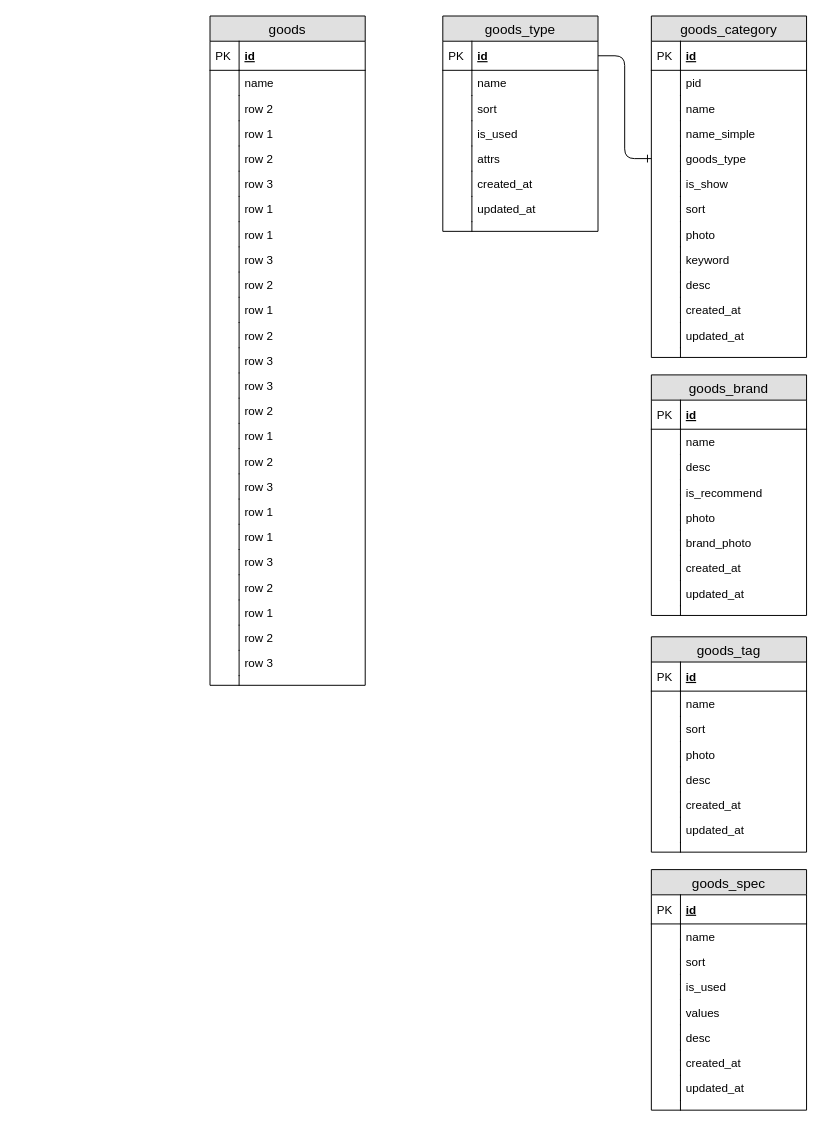
Above: 个人开源电商/littlemall_serivce_sql.drawio in wurh/myDesignDoc (draw.io), before the change. Source tidied: cells renumbered, new cells numbered last; positions are measured from the earlier drawing's top-left corner, leaving out a move shared by most shapes. Both pictures are drawn from the tidied source at 97%, with x=0, y=0 at pixel (210, 16).
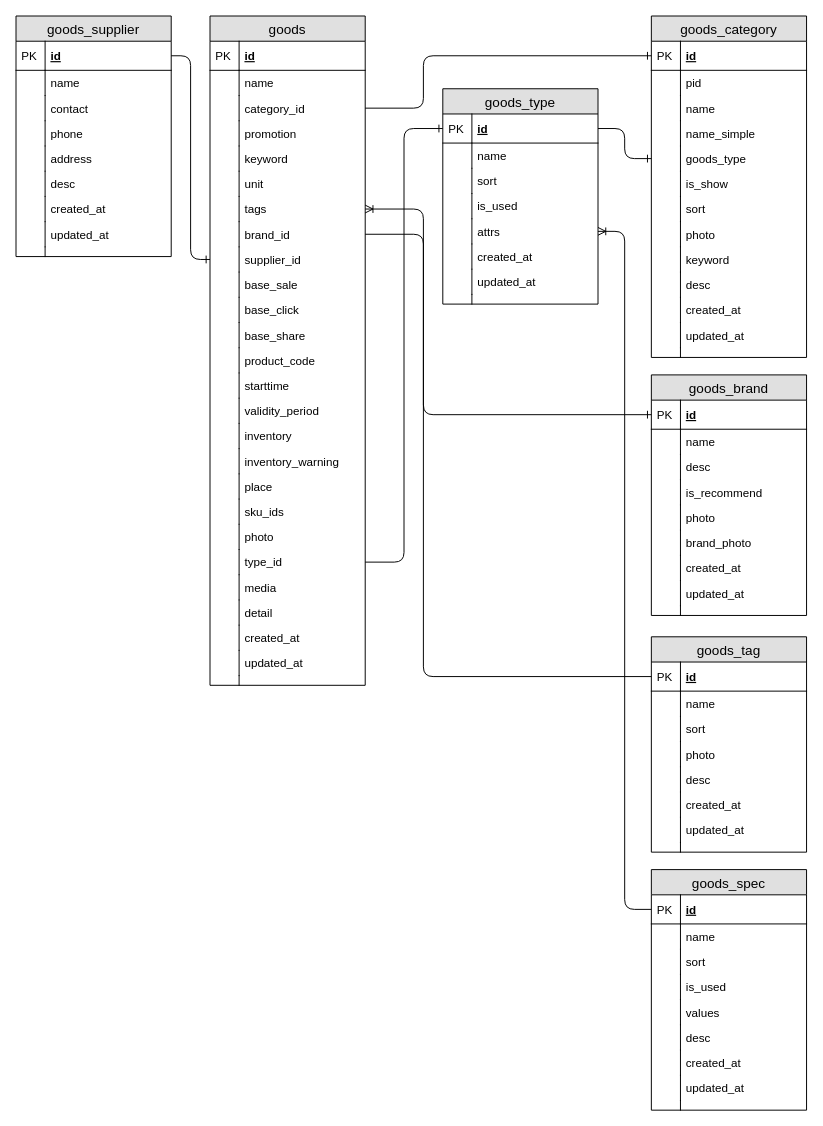
The same diagram, later.

The change refers to these unchanged cells:
```xml
<mxCell id="3" value="id" style="shape=partialRectangle;top=0;left=0;right=0;bottom=1;align=left;verticalAlign=middle;fillColor=none;spacingLeft=34;spacingRight=4;overflow=hidden;points=[[0,0.5],[1,0.5]];portConstraint=eastwest;fontStyle=5;fontSize=12;" parent="2" vertex="1">
  <mxGeometry y="26" width="160" height="30" as="geometry" />
</mxCell>
<mxCell id="30" value="id" style="shape=partialRectangle;top=0;left=0;right=0;bottom=1;align=left;verticalAlign=middle;fillColor=none;spacingLeft=34;spacingRight=4;overflow=hidden;points=[[0,0.5],[1,0.5]];portConstraint=eastwest;fontStyle=5;fontSize=12;" parent="29" vertex="1">
  <mxGeometry y="26" width="160" height="30" as="geometry" />
</mxCell>
<mxCell id="49" value="id" style="shape=partialRectangle;top=0;left=0;right=0;bottom=1;align=left;verticalAlign=middle;fillColor=none;spacingLeft=34;spacingRight=4;overflow=hidden;points=[[0,0.5],[1,0.5]];portConstraint=eastwest;fontStyle=5;fontSize=12;" parent="48" vertex="1">
  <mxGeometry y="26" width="160" height="30" as="geometry" />
</mxCell>
<mxCell id="66" value="id" style="shape=partialRectangle;top=0;left=0;right=0;bottom=1;align=left;verticalAlign=middle;fillColor=none;spacingLeft=34;spacingRight=4;overflow=hidden;points=[[0,0.5],[1,0.5]];portConstraint=eastwest;fontStyle=5;fontSize=12;" parent="65" vertex="1">
  <mxGeometry y="26" width="160" height="30" as="geometry" />
</mxCell>
<mxCell id="85" value="id" style="shape=partialRectangle;top=0;left=0;right=0;bottom=1;align=left;verticalAlign=middle;fillColor=none;spacingLeft=34;spacingRight=4;overflow=hidden;points=[[0,0.5],[1,0.5]];portConstraint=eastwest;fontStyle=5;fontSize=12;" parent="84" vertex="1">
  <mxGeometry y="26" width="160" height="30" as="geometry" />
</mxCell>
<mxCell id="93" value="attrs" style="shape=partialRectangle;top=0;left=0;right=0;bottom=0;align=left;verticalAlign=top;fillColor=none;spacingLeft=34;spacingRight=4;overflow=hidden;points=[[0,0.5],[1,0.5]];portConstraint=eastwest;fontSize=12;" parent="84" vertex="1">
  <mxGeometry y="134" width="160" height="26" as="geometry" />
</mxCell>
<mxCell id="102" value="goods" style="swimlane;fontStyle=0;horizontal=1;startSize=26;fillColor=#e0e0e0;swimlaneFillColor=#ffffff;align=center;fontSize=14;" parent="1" vertex="1">
  <mxGeometry width="160" height="690" as="geometry" />
</mxCell>
```

Change to the diagram source:
```diff
@@
     <mxCell id="84" value="goods_type" style="swimlane;fontStyle=0;horizontal=1;startSize=26;fillColor=#e0e0e0;swimlaneFillColor=#ffffff;align=center;fontSize=14;" parent="1" vertex="1">
-      <mxGeometry x="240" width="160" height="222" as="geometry" />
+      <mxGeometry x="240" y="75" width="160" height="222" as="geometry" />
     </mxCell>
@@
-    <mxCell id="107" value="row 2" style="shape=partialRectangle;top=0;left=0;right=0;bottom=0;align=left;verticalAlign=top;fillColor=none;spacingLeft=34;spacingRight=4;overflow=hidden;points=[[0,0.5],[1,0.5]];portConstraint=eastwest;fontSize=12;" parent="102" vertex="1">
+    <mxCell id="107" value="category_id" style="shape=partialRectangle;top=0;left=0;right=0;bottom=0;align=left;verticalAlign=top;fillColor=none;spacingLeft=34;spacingRight=4;overflow=hidden;points=[[0,0.5],[1,0.5]];portConstraint=eastwest;fontSize=12;" parent="102" vertex="1">
       <mxGeometry y="82" width="160" height="26" as="geometry" />
     </mxCell>
@@
-    <mxCell id="109" value="row 1" style="shape=partialRectangle;top=0;left=0;right=0;bottom=0;align=left;verticalAlign=top;fillColor=none;spacingLeft=34;spacingRight=4;overflow=hidden;fontSize=12;" parent="102" vertex="1">
+    <mxCell id="109" value="promotion" style="shape=partialRectangle;top=0;left=0;right=0;bottom=0;align=left;verticalAlign=top;fillColor=none;spacingLeft=34;spacingRight=4;overflow=hidden;fontSize=12;" parent="102" vertex="1">
       <mxGeometry y="108" width="160" height="26" as="geometry" />
     </mxCell>
@@
-    <mxCell id="111" value="row 2" style="shape=partialRectangle;top=0;left=0;right=0;bottom=0;align=left;verticalAlign=top;fillColor=none;spacingLeft=34;spacingRight=4;overflow=hidden;fontSize=12;" parent="102" vertex="1">
+    <mxCell id="111" value="keyword" style="shape=partialRectangle;top=0;left=0;right=0;bottom=0;align=left;verticalAlign=top;fillColor=none;spacingLeft=34;spacingRight=4;overflow=hidden;fontSize=12;" parent="102" vertex="1">
       <mxGeometry y="134" width="160" height="26" as="geometry" />
     </mxCell>
@@
-    <mxCell id="113" value="row 3" style="shape=partialRectangle;top=0;left=0;right=0;bottom=0;align=left;verticalAlign=top;fillColor=none;spacingLeft=34;spacingRight=4;overflow=hidden;fontSize=12;" parent="102" vertex="1">
+    <mxCell id="113" value="unit" style="shape=partialRectangle;top=0;left=0;right=0;bottom=0;align=left;verticalAlign=top;fillColor=none;spacingLeft=34;spacingRight=4;overflow=hidden;fontSize=12;" parent="102" vertex="1">
       <mxGeometry y="160" width="160" height="26" as="geometry" />
     </mxCell>
@@
-    <mxCell id="115" value="row 1" style="shape=partialRectangle;top=0;left=0;right=0;bottom=0;align=left;verticalAlign=top;fillColor=none;spacingLeft=34;spacingRight=4;overflow=hidden;points=[[0,0.5],[1,0.5]];portConstraint=eastwest;fontSize=12;" parent="102" vertex="1">
+    <mxCell id="115" value="tags" style="shape=partialRectangle;top=0;left=0;right=0;bottom=0;align=left;verticalAlign=top;fillColor=none;spacingLeft=34;spacingRight=4;overflow=hidden;points=[[0,0.5],[1,0.5]];portConstraint=eastwest;fontSize=12;" parent="102" vertex="1">
       <mxGeometry y="186" width="160" height="26" as="geometry" />
     </mxCell>
@@
-    <mxCell id="117" value="row 1" style="shape=partialRectangle;top=0;left=0;right=0;bottom=0;align=left;verticalAlign=top;fillColor=none;spacingLeft=34;spacingRight=4;overflow=hidden;points=[[0,0.5],[1,0.5]];portConstraint=eastwest;fontSize=12;" parent="102" vertex="1">
+    <mxCell id="117" value="brand_id" style="shape=partialRectangle;top=0;left=0;right=0;bottom=0;align=left;verticalAlign=top;fillColor=none;spacingLeft=34;spacingRight=4;overflow=hidden;points=[[0,0.5],[1,0.5]];portConstraint=eastwest;fontSize=12;" parent="102" vertex="1">
       <mxGeometry y="212" width="160" height="26" as="geometry" />
     </mxCell>
@@
-    <mxCell id="119" value="row 3" style="shape=partialRectangle;top=0;left=0;right=0;bottom=0;align=left;verticalAlign=top;fillColor=none;spacingLeft=34;spacingRight=4;overflow=hidden;points=[[0,0.5],[1,0.5]];portConstraint=eastwest;fontSize=12;" parent="102" vertex="1">
+    <mxCell id="119" value="supplier_id" style="shape=partialRectangle;top=0;left=0;right=0;bottom=0;align=left;verticalAlign=top;fillColor=none;spacingLeft=34;spacingRight=4;overflow=hidden;points=[[0,0.5],[1,0.5]];portConstraint=eastwest;fontSize=12;" parent="102" vertex="1">
       <mxGeometry y="238" width="160" height="26" as="geometry" />
     </mxCell>
@@
-    <mxCell id="121" value="row 2" style="shape=partialRectangle;top=0;left=0;right=0;bottom=0;align=left;verticalAlign=top;fillColor=none;spacingLeft=34;spacingRight=4;overflow=hidden;fontSize=12;" parent="102" vertex="1">
+    <mxCell id="121" value="base_sale" style="shape=partialRectangle;top=0;left=0;right=0;bottom=0;align=left;verticalAlign=top;fillColor=none;spacingLeft=34;spacingRight=4;overflow=hidden;fontSize=12;" parent="102" vertex="1">
       <mxGeometry y="264" width="160" height="26" as="geometry" />
     </mxCell>
@@
-    <mxCell id="123" value="row 1" style="shape=partialRectangle;top=0;left=0;right=0;bottom=0;align=left;verticalAlign=top;fillColor=none;spacingLeft=34;spacingRight=4;overflow=hidden;fontSize=12;" parent="102" vertex="1">
+    <mxCell id="123" value="base_click" style="shape=partialRectangle;top=0;left=0;right=0;bottom=0;align=left;verticalAlign=top;fillColor=none;spacingLeft=34;spacingRight=4;overflow=hidden;fontSize=12;" parent="102" vertex="1">
       <mxGeometry y="290" width="160" height="26" as="geometry" />
     </mxCell>
@@
-    <mxCell id="125" value="row 2" style="shape=partialRectangle;top=0;left=0;right=0;bottom=0;align=left;verticalAlign=top;fillColor=none;spacingLeft=34;spacingRight=4;overflow=hidden;fontSize=12;" parent="102" vertex="1">
+    <mxCell id="125" value="base_share" style="shape=partialRectangle;top=0;left=0;right=0;bottom=0;align=left;verticalAlign=top;fillColor=none;spacingLeft=34;spacingRight=4;overflow=hidden;fontSize=12;" parent="102" vertex="1">
       <mxGeometry y="316" width="160" height="26" as="geometry" />
     </mxCell>
@@
-    <mxCell id="127" value="row 3" style="shape=partialRectangle;top=0;left=0;right=0;bottom=0;align=left;verticalAlign=top;fillColor=none;spacingLeft=34;spacingRight=4;overflow=hidden;fontSize=12;" parent="102" vertex="1">
+    <mxCell id="127" value="product_code" style="shape=partialRectangle;top=0;left=0;right=0;bottom=0;align=left;verticalAlign=top;fillColor=none;spacingLeft=34;spacingRight=4;overflow=hidden;fontSize=12;" parent="102" vertex="1">
       <mxGeometry y="342" width="160" height="26" as="geometry" />
     </mxCell>
@@
-    <mxCell id="129" value="row 3" style="shape=partialRectangle;top=0;left=0;right=0;bottom=0;align=left;verticalAlign=top;fillColor=none;spacingLeft=34;spacingRight=4;overflow=hidden;fontSize=12;" parent="102" vertex="1">
+    <mxCell id="129" value="starttime" style="shape=partialRectangle;top=0;left=0;right=0;bottom=0;align=left;verticalAlign=top;fillColor=none;spacingLeft=34;spacingRight=4;overflow=hidden;fontSize=12;" parent="102" vertex="1">
       <mxGeometry y="368" width="160" height="26" as="geometry" />
     </mxCell>
@@
-    <mxCell id="131" value="row 2" style="shape=partialRectangle;top=0;left=0;right=0;bottom=0;align=left;verticalAlign=top;fillColor=none;spacingLeft=34;spacingRight=4;overflow=hidden;fontSize=12;" parent="102" vertex="1">
+    <mxCell id="131" value="validity_period" style="shape=partialRectangle;top=0;left=0;right=0;bottom=0;align=left;verticalAlign=top;fillColor=none;spacingLeft=34;spacingRight=4;overflow=hidden;fontSize=12;" parent="102" vertex="1">
       <mxGeometry y="394" width="160" height="26" as="geometry" />
     </mxCell>
@@
-    <mxCell id="133" value="row 1" style="shape=partialRectangle;top=0;left=0;right=0;bottom=0;align=left;verticalAlign=top;fillColor=none;spacingLeft=34;spacingRight=4;overflow=hidden;fontSize=12;" parent="102" vertex="1">
+    <mxCell id="133" value="inventory" style="shape=partialRectangle;top=0;left=0;right=0;bottom=0;align=left;verticalAlign=top;fillColor=none;spacingLeft=34;spacingRight=4;overflow=hidden;fontSize=12;" parent="102" vertex="1">
       <mxGeometry y="420" width="160" height="26" as="geometry" />
     </mxCell>
@@
-    <mxCell id="135" value="row 2" style="shape=partialRectangle;top=0;left=0;right=0;bottom=0;align=left;verticalAlign=top;fillColor=none;spacingLeft=34;spacingRight=4;overflow=hidden;fontSize=12;" parent="102" vertex="1">
+    <mxCell id="135" value="inventory_warning&#10;&#10;" style="shape=partialRectangle;top=0;left=0;right=0;bottom=0;align=left;verticalAlign=top;fillColor=none;spacingLeft=34;spacingRight=4;overflow=hidden;fontSize=12;" parent="102" vertex="1">
       <mxGeometry y="446" width="160" height="26" as="geometry" />
     </mxCell>
@@
-    <mxCell id="137" value="row 3" style="shape=partialRectangle;top=0;left=0;right=0;bottom=0;align=left;verticalAlign=top;fillColor=none;spacingLeft=34;spacingRight=4;overflow=hidden;fontSize=12;" parent="102" vertex="1">
+    <mxCell id="137" value="place" style="shape=partialRectangle;top=0;left=0;right=0;bottom=0;align=left;verticalAlign=top;fillColor=none;spacingLeft=34;spacingRight=4;overflow=hidden;fontSize=12;" parent="102" vertex="1">
       <mxGeometry y="472" width="160" height="26" as="geometry" />
     </mxCell>
@@
-    <mxCell id="139" value="row 1" style="shape=partialRectangle;top=0;left=0;right=0;bottom=0;align=left;verticalAlign=top;fillColor=none;spacingLeft=34;spacingRight=4;overflow=hidden;fontSize=12;" parent="102" vertex="1">
+    <mxCell id="139" value="sku_ids" style="shape=partialRectangle;top=0;left=0;right=0;bottom=0;align=left;verticalAlign=top;fillColor=none;spacingLeft=34;spacingRight=4;overflow=hidden;fontSize=12;" parent="102" vertex="1">
       <mxGeometry y="498" width="160" height="26" as="geometry" />
     </mxCell>
@@
-    <mxCell id="141" value="row 1" style="shape=partialRectangle;top=0;left=0;right=0;bottom=0;align=left;verticalAlign=top;fillColor=none;spacingLeft=34;spacingRight=4;overflow=hidden;fontSize=12;" parent="102" vertex="1">
+    <mxCell id="141" value="photo" style="shape=partialRectangle;top=0;left=0;right=0;bottom=0;align=left;verticalAlign=top;fillColor=none;spacingLeft=34;spacingRight=4;overflow=hidden;fontSize=12;" parent="102" vertex="1">
       <mxGeometry y="524" width="160" height="26" as="geometry" />
     </mxCell>
@@
-    <mxCell id="143" value="row 3" style="shape=partialRectangle;top=0;left=0;right=0;bottom=0;align=left;verticalAlign=top;fillColor=none;spacingLeft=34;spacingRight=4;overflow=hidden;points=[[0,0.5],[1,0.5]];portConstraint=eastwest;fontSize=12;" parent="102" vertex="1">
+    <mxCell id="143" value="type_id" style="shape=partialRectangle;top=0;left=0;right=0;bottom=0;align=left;verticalAlign=top;fillColor=none;spacingLeft=34;spacingRight=4;overflow=hidden;points=[[0,0.5],[1,0.5]];portConstraint=eastwest;fontSize=12;" parent="102" vertex="1">
       <mxGeometry y="550" width="160" height="26" as="geometry" />
     </mxCell>
@@
-    <mxCell id="145" value="row 2" style="shape=partialRectangle;top=0;left=0;right=0;bottom=0;align=left;verticalAlign=top;fillColor=none;spacingLeft=34;spacingRight=4;overflow=hidden;fontSize=12;" parent="102" vertex="1">
+    <mxCell id="145" value="media" style="shape=partialRectangle;top=0;left=0;right=0;bottom=0;align=left;verticalAlign=top;fillColor=none;spacingLeft=34;spacingRight=4;overflow=hidden;fontSize=12;" parent="102" vertex="1">
       <mxGeometry y="576" width="160" height="26" as="geometry" />
     </mxCell>
@@
-    <mxCell id="147" value="row 1" style="shape=partialRectangle;top=0;left=0;right=0;bottom=0;align=left;verticalAlign=top;fillColor=none;spacingLeft=34;spacingRight=4;overflow=hidden;fontSize=12;" parent="102" vertex="1">
+    <mxCell id="147" value="detail" style="shape=partialRectangle;top=0;left=0;right=0;bottom=0;align=left;verticalAlign=top;fillColor=none;spacingLeft=34;spacingRight=4;overflow=hidden;fontSize=12;" parent="102" vertex="1">
       <mxGeometry y="602" width="160" height="26" as="geometry" />
     </mxCell>
@@
-    <mxCell id="149" value="row 2" style="shape=partialRectangle;top=0;left=0;right=0;bottom=0;align=left;verticalAlign=top;fillColor=none;spacingLeft=34;spacingRight=4;overflow=hidden;fontSize=12;" parent="102" vertex="1">
+    <mxCell id="149" value="created_at" style="shape=partialRectangle;top=0;left=0;right=0;bottom=0;align=left;verticalAlign=top;fillColor=none;spacingLeft=34;spacingRight=4;overflow=hidden;fontSize=12;" parent="102" vertex="1">
       <mxGeometry y="628" width="160" height="26" as="geometry" />
     </mxCell>
@@
-    <mxCell id="151" value="row 3" style="shape=partialRectangle;top=0;left=0;right=0;bottom=0;align=left;verticalAlign=top;fillColor=none;spacingLeft=34;spacingRight=4;overflow=hidden;fontSize=12;" parent="102" vertex="1">
+    <mxCell id="151" value="updated_at" style="shape=partialRectangle;top=0;left=0;right=0;bottom=0;align=left;verticalAlign=top;fillColor=none;spacingLeft=34;spacingRight=4;overflow=hidden;fontSize=12;" parent="102" vertex="1">
       <mxGeometry y="654" width="160" height="26" as="geometry" />
     </mxCell>
@@
+    <mxCell id="155" style="edgeStyle=orthogonalEdgeStyle;fontSize=12;html=1;endArrow=ERone;endFill=1;entryX=0;entryY=0.5;entryDx=0;entryDy=0;" parent="1" edge="1" source="107" target="3">
+      <mxGeometry relative="1" as="geometry">
+        <Array as="points">
+          <mxPoint x="220" y="95" />
+          <mxPoint x="220" y="41" />
+        </Array>
+      </mxGeometry>
+    </mxCell>
+    <mxCell id="156" style="edgeStyle=orthogonalEdgeStyle;fontSize=12;html=1;endArrow=ERoneToMany;entryX=1;entryY=0.5;entryDx=0;entryDy=0;exitX=0;exitY=0.5;exitDx=0;exitDy=0;" parent="1" edge="1" source="49" target="115">
+      <mxGeometry relative="1" as="geometry">
+        <Array as="points">
+          <mxPoint x="220" y="681" />
+          <mxPoint x="220" y="199" />
+        </Array>
+      </mxGeometry>
+    </mxCell>
+    <mxCell id="157" style="edgeStyle=orthogonalEdgeStyle;fontSize=12;html=1;endArrow=ERone;endFill=1;exitX=1;exitY=0.5;exitDx=0;exitDy=0;entryX=0;entryY=0.5;entryDx=0;entryDy=0;" parent="1" edge="1" source="117" target="30">
+      <mxGeometry relative="1" as="geometry">
+        <Array as="points">
+          <mxPoint x="220" y="225" />
+          <mxPoint x="220" y="411" />
+        </Array>
+      </mxGeometry>
+    </mxCell>
+    <mxCell id="158" value="goods_supplier" style="swimlane;fontStyle=0;horizontal=1;startSize=26;fillColor=#e0e0e0;swimlaneFillColor=#ffffff;align=center;fontSize=14;" parent="1" vertex="1">
+      <mxGeometry x="-200" width="160" height="248" as="geometry" />
+    </mxCell>
+    <mxCell id="159" value="id" style="shape=partialRectangle;top=0;left=0;right=0;bottom=1;align=left;verticalAlign=middle;fillColor=none;spacingLeft=34;spacingRight=4;overflow=hidden;points=[[0,0.5],[1,0.5]];portConstraint=eastwest;fontStyle=5;fontSize=12;" parent="158" vertex="1">
+      <mxGeometry y="26" width="160" height="30" as="geometry" />
+    </mxCell>
+    <mxCell id="160" value="PK" style="shape=partialRectangle;top=0;left=0;bottom=0;fillColor=none;align=left;verticalAlign=middle;spacingLeft=4;spacingRight=4;overflow=hidden;fontSize=12;" parent="159" vertex="1">
+      <mxGeometry width="30" height="30" as="geometry" />
+    </mxCell>
+    <mxCell id="161" value="name" style="shape=partialRectangle;top=0;left=0;right=0;bottom=0;align=left;verticalAlign=top;fillColor=none;spacingLeft=34;spacingRight=4;overflow=hidden;fontSize=12;" parent="158" vertex="1">
+      <mxGeometry y="56" width="160" height="26" as="geometry" />
+    </mxCell>
+    <mxCell id="162" style="shape=partialRectangle;top=0;left=0;bottom=0;fillColor=none;align=left;verticalAlign=top;spacingLeft=4;spacingRight=4;overflow=hidden;fontSize=12;" parent="161" vertex="1">
+      <mxGeometry width="30" height="26" as="geometry" />
+    </mxCell>
+    <mxCell id="163" value="contact" style="shape=partialRectangle;top=0;left=0;right=0;bottom=0;align=left;verticalAlign=top;fillColor=none;spacingLeft=34;spacingRight=4;overflow=hidden;fontSize=12;" parent="158" vertex="1">
+      <mxGeometry y="82" width="160" height="26" as="geometry" />
+    </mxCell>
+    <mxCell id="164" style="shape=partialRectangle;top=0;left=0;bottom=0;fillColor=none;align=left;verticalAlign=top;spacingLeft=4;spacingRight=4;overflow=hidden;fontSize=12;" parent="163" vertex="1">
+      <mxGeometry width="30" height="26" as="geometry" />
+    </mxCell>
+    <mxCell id="165" value="phone" style="shape=partialRectangle;top=0;left=0;right=0;bottom=0;align=left;verticalAlign=top;fillColor=none;spacingLeft=34;spacingRight=4;overflow=hidden;fontSize=12;" parent="158" vertex="1">
+      <mxGeometry y="108" width="160" height="26" as="geometry" />
+    </mxCell>
+    <mxCell id="166" style="shape=partialRectangle;top=0;left=0;bottom=0;fillColor=none;align=left;verticalAlign=top;spacingLeft=4;spacingRight=4;overflow=hidden;fontSize=12;" parent="165" vertex="1">
+      <mxGeometry width="30" height="26" as="geometry" />
+    </mxCell>
+    <mxCell id="167" value="address" style="shape=partialRectangle;top=0;left=0;right=0;bottom=0;align=left;verticalAlign=top;fillColor=none;spacingLeft=34;spacingRight=4;overflow=hidden;fontSize=12;" parent="158" vertex="1">
+      <mxGeometry y="134" width="160" height="26" as="geometry" />
+    </mxCell>
+    <mxCell id="168" style="shape=partialRectangle;top=0;left=0;bottom=0;fillColor=none;align=left;verticalAlign=top;spacingLeft=4;spacingRight=4;overflow=hidden;fontSize=12;" parent="167" vertex="1">
+      <mxGeometry width="30" height="26" as="geometry" />
+    </mxCell>
+    <mxCell id="169" value="desc" style="shape=partialRectangle;top=0;left=0;right=0;bottom=0;align=left;verticalAlign=top;fillColor=none;spacingLeft=34;spacingRight=4;overflow=hidden;fontSize=12;" parent="158" vertex="1">
+      <mxGeometry y="160" width="160" height="26" as="geometry" />
+    </mxCell>
+    <mxCell id="170" style="shape=partialRectangle;top=0;left=0;bottom=0;fillColor=none;align=left;verticalAlign=top;spacingLeft=4;spacingRight=4;overflow=hidden;fontSize=12;" parent="169" vertex="1">
+      <mxGeometry width="30" height="26" as="geometry" />
+    </mxCell>
+    <mxCell id="171" value="created_at" style="shape=partialRectangle;top=0;left=0;right=0;bottom=0;align=left;verticalAlign=top;fillColor=none;spacingLeft=34;spacingRight=4;overflow=hidden;fontSize=12;" parent="158" vertex="1">
+      <mxGeometry y="186" width="160" height="26" as="geometry" />
+    </mxCell>
+    <mxCell id="172" style="shape=partialRectangle;top=0;left=0;bottom=0;fillColor=none;align=left;verticalAlign=top;spacingLeft=4;spacingRight=4;overflow=hidden;fontSize=12;" parent="171" vertex="1">
+      <mxGeometry width="30" height="26" as="geometry" />
+    </mxCell>
+    <mxCell id="173" value="updated_at" style="shape=partialRectangle;top=0;left=0;right=0;bottom=0;align=left;verticalAlign=top;fillColor=none;spacingLeft=34;spacingRight=4;overflow=hidden;fontSize=12;" parent="158" vertex="1">
+      <mxGeometry y="212" width="160" height="26" as="geometry" />
+    </mxCell>
+    <mxCell id="174" style="shape=partialRectangle;top=0;left=0;bottom=0;fillColor=none;align=left;verticalAlign=top;spacingLeft=4;spacingRight=4;overflow=hidden;fontSize=12;" parent="173" vertex="1">
+      <mxGeometry width="30" height="26" as="geometry" />
+    </mxCell>
+    <mxCell id="175" style="shape=partialRectangle;top=0;left=0;right=0;bottom=0;align=left;verticalAlign=top;fillColor=none;spacingLeft=34;spacingRight=4;overflow=hidden;fontSize=12;" parent="158" vertex="1">
+      <mxGeometry y="238" width="160" height="10" as="geometry" />
+    </mxCell>
+    <mxCell id="176" style="shape=partialRectangle;top=0;left=0;bottom=0;fillColor=none;align=left;verticalAlign=top;spacingLeft=4;spacingRight=4;overflow=hidden;fontSize=12;" parent="175" vertex="1">
+      <mxGeometry width="30" height="10" as="geometry" />
+    </mxCell>
+    <mxCell id="177" style="edgeStyle=orthogonalEdgeStyle;fontSize=12;html=1;endArrow=ERone;endFill=1;entryX=0;entryY=0.5;entryDx=0;entryDy=0;exitX=1;exitY=0.5;exitDx=0;exitDy=0;" parent="1" edge="1" source="159" target="119">
+      <mxGeometry relative="1" as="geometry" />
+    </mxCell>
+    <mxCell id="178" style="edgeStyle=orthogonalEdgeStyle;fontSize=12;html=1;endArrow=ERone;endFill=1;exitX=1;exitY=0.5;exitDx=0;exitDy=0;entryX=0;entryY=0.5;entryDx=0;entryDy=0;" parent="1" edge="1" source="143" target="85">
+      <mxGeometry relative="1" as="geometry" />
+    </mxCell>
+    <mxCell id="179" style="edgeStyle=orthogonalEdgeStyle;fontSize=12;html=1;endArrow=ERoneToMany;entryX=1;entryY=0.5;entryDx=0;entryDy=0;exitX=0;exitY=0.5;exitDx=0;exitDy=0;" parent="1" edge="1" source="66" target="93">
+      <mxGeometry relative="1" as="geometry" />
+    </mxCell>
```
